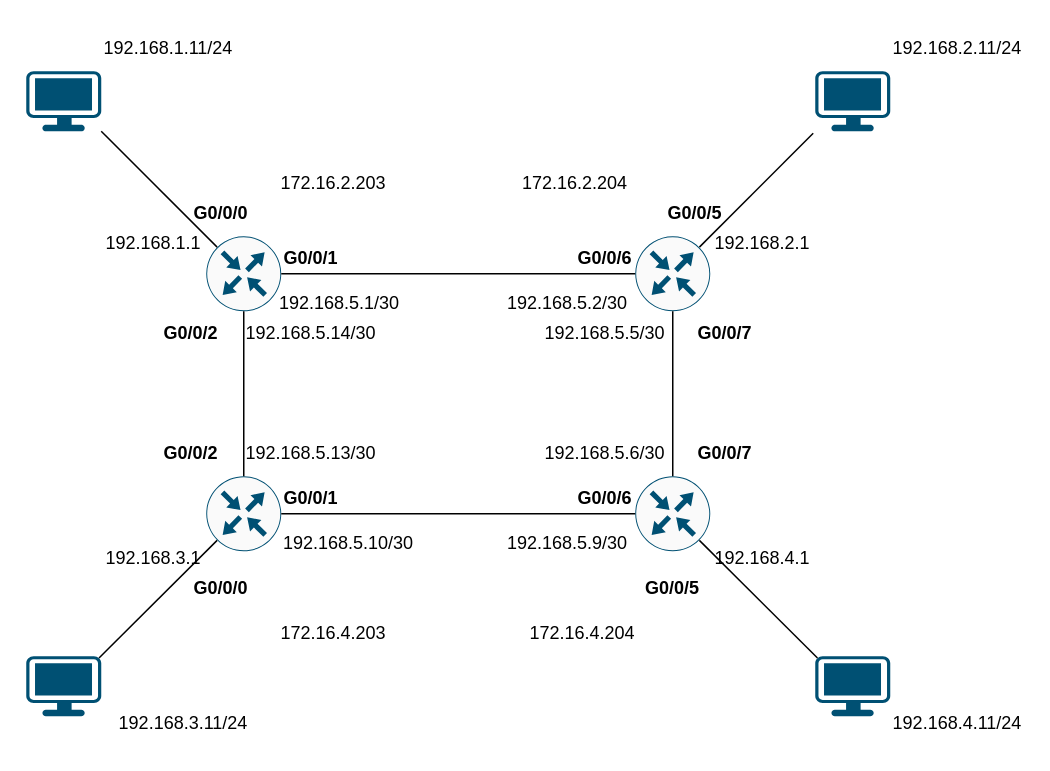
Above: Lab 3/extend/structure.drawio in UIOSN/Computer-Network (draw.io), before the change. Source tidied: cells renumbered, new cells numbered last; positions are measured from the earlier drawing's top-left corner, leaving out a move shared by most shapes. Both pictures are drawn from the tidied source at 150%, with x=0, y=0 at pixel (26, 26).
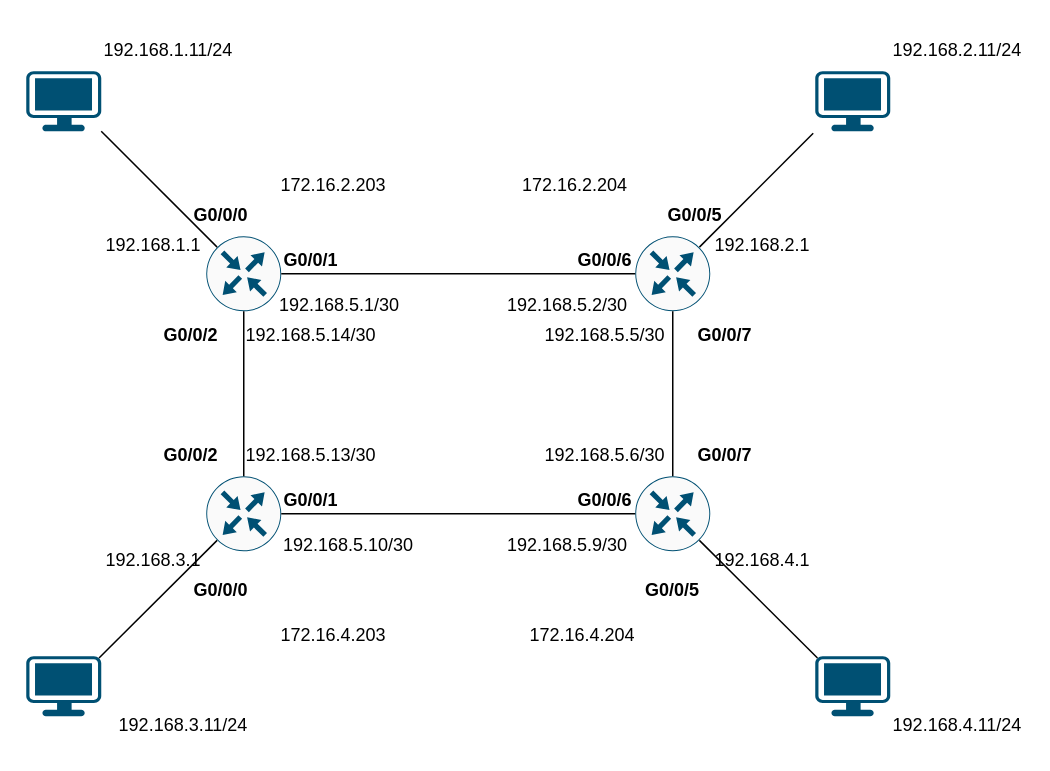
The same diagram, later.

Commit message (it also covers changes not shown here):
修改了绘图格式显示使svg能正常显示

Change to the diagram source:
```diff
@@
-    <mxCell id="2" style="sketch=0;points=[[0.5,0,0],[1,0.5,0],[0.5,1,0],[0,0.5,0],[0.145,0.145,0],[0.8555,0.145,0],[0.855,0.8555,0],[0.145,0.855,0]];verticalLabelPosition=bottom;html=1;verticalAlign=top;align=center;shape=mxgraph.cisco19.rect;prIcon=router;fillColor=#FAFAFA;strokeColor=#005073;" parent="1" vertex="1">
+    <mxCell id="2" style="sketch=0;points=[[0.5,0,0],[1,0.5,0],[0.5,1,0],[0,0.5,0],[0.145,0.145,0],[0.8555,0.145,0],[0.855,0.8555,0],[0.145,0.855,0]];verticalLabelPosition=bottom;verticalAlign=top;align=center;shape=mxgraph.cisco19.rect;prIcon=router;fillColor=#FAFAFA;strokeColor=#005073;" parent="1" vertex="1">
       <mxGeometry x="120" y="140" width="50" height="50" as="geometry" />
     </mxCell>
-    <mxCell id="3" style="sketch=0;points=[[0.5,0,0],[1,0.5,0],[0.5,1,0],[0,0.5,0],[0.145,0.145,0],[0.8555,0.145,0],[0.855,0.8555,0],[0.145,0.855,0]];verticalLabelPosition=bottom;html=1;verticalAlign=top;align=center;shape=mxgraph.cisco19.rect;prIcon=router;fillColor=#FAFAFA;strokeColor=#005073;" parent="1" vertex="1">
+    <mxCell id="3" style="sketch=0;points=[[0.5,0,0],[1,0.5,0],[0.5,1,0],[0,0.5,0],[0.145,0.145,0],[0.8555,0.145,0],[0.855,0.8555,0],[0.145,0.855,0]];verticalLabelPosition=bottom;verticalAlign=top;align=center;shape=mxgraph.cisco19.rect;prIcon=router;fillColor=#FAFAFA;strokeColor=#005073;" parent="1" vertex="1">
       <mxGeometry x="406" y="140" width="50" height="50" as="geometry" />
     </mxCell>
-    <mxCell id="4" style="sketch=0;points=[[0.5,0,0],[1,0.5,0],[0.5,1,0],[0,0.5,0],[0.145,0.145,0],[0.8555,0.145,0],[0.855,0.8555,0],[0.145,0.855,0]];verticalLabelPosition=bottom;html=1;verticalAlign=top;align=center;shape=mxgraph.cisco19.rect;prIcon=router;fillColor=#FAFAFA;strokeColor=#005073;" parent="1" vertex="1">
+    <mxCell id="4" style="sketch=0;points=[[0.5,0,0],[1,0.5,0],[0.5,1,0],[0,0.5,0],[0.145,0.145,0],[0.8555,0.145,0],[0.855,0.8555,0],[0.145,0.855,0]];verticalLabelPosition=bottom;verticalAlign=top;align=center;shape=mxgraph.cisco19.rect;prIcon=router;fillColor=#FAFAFA;strokeColor=#005073;" parent="1" vertex="1">
       <mxGeometry x="120" y="300" width="50" height="50" as="geometry" />
     </mxCell>
-    <mxCell id="5" style="sketch=0;points=[[0.5,0,0],[1,0.5,0],[0.5,1,0],[0,0.5,0],[0.145,0.145,0],[0.8555,0.145,0],[0.855,0.8555,0],[0.145,0.855,0]];verticalLabelPosition=bottom;html=1;verticalAlign=top;align=center;shape=mxgraph.cisco19.rect;prIcon=router;fillColor=#FAFAFA;strokeColor=#005073;" parent="1" vertex="1">
+    <mxCell id="5" style="sketch=0;points=[[0.5,0,0],[1,0.5,0],[0.5,1,0],[0,0.5,0],[0.145,0.145,0],[0.8555,0.145,0],[0.855,0.8555,0],[0.145,0.855,0]];verticalLabelPosition=bottom;verticalAlign=top;align=center;shape=mxgraph.cisco19.rect;prIcon=router;fillColor=#FAFAFA;strokeColor=#005073;" parent="1" vertex="1">
       <mxGeometry x="406" y="300" width="50" height="50" as="geometry" />
     </mxCell>
-    <mxCell id="6" style="points=[[0.03,0.03,0],[0.5,0,0],[0.97,0.03,0],[1,0.4,0],[0.97,0.745,0],[0.5,1,0],[0.03,0.745,0],[0,0.4,0]];verticalLabelPosition=bottom;sketch=0;html=1;verticalAlign=top;align=center;shape=mxgraph.cisco19.workstation;fillColor=#005073;strokeColor=none;" parent="1" vertex="1">
+    <mxCell id="6" style="points=[[0.03,0.03,0],[0.5,0,0],[0.97,0.03,0],[1,0.4,0],[0.97,0.745,0],[0.5,1,0],[0.03,0.745,0],[0,0.4,0]];verticalLabelPosition=bottom;sketch=0;verticalAlign=top;align=center;shape=mxgraph.cisco19.workstation;fillColor=#005073;strokeColor=none;" parent="1" vertex="1">
       <mxGeometry y="30" width="50" height="40" as="geometry" />
     </mxCell>
-    <mxCell id="7" style="points=[[0.03,0.03,0],[0.5,0,0],[0.97,0.03,0],[1,0.4,0],[0.97,0.745,0],[0.5,1,0],[0.03,0.745,0],[0,0.4,0]];verticalLabelPosition=bottom;sketch=0;html=1;verticalAlign=top;align=center;shape=mxgraph.cisco19.workstation;fillColor=#005073;strokeColor=none;" parent="1" vertex="1">
+    <mxCell id="7" style="points=[[0.03,0.03,0],[0.5,0,0],[0.97,0.03,0],[1,0.4,0],[0.97,0.745,0],[0.5,1,0],[0.03,0.745,0],[0,0.4,0]];verticalLabelPosition=bottom;sketch=0;verticalAlign=top;align=center;shape=mxgraph.cisco19.workstation;fillColor=#005073;strokeColor=none;" parent="1" vertex="1">
       <mxGeometry x="526" y="30" width="50" height="40" as="geometry" />
     </mxCell>
-    <mxCell id="8" style="points=[[0.03,0.03,0],[0.5,0,0],[0.97,0.03,0],[1,0.4,0],[0.97,0.745,0],[0.5,1,0],[0.03,0.745,0],[0,0.4,0]];verticalLabelPosition=bottom;sketch=0;html=1;verticalAlign=top;align=center;shape=mxgraph.cisco19.workstation;fillColor=#005073;strokeColor=none;" parent="1" vertex="1">
+    <mxCell id="8" style="points=[[0.03,0.03,0],[0.5,0,0],[0.97,0.03,0],[1,0.4,0],[0.97,0.745,0],[0.5,1,0],[0.03,0.745,0],[0,0.4,0]];verticalLabelPosition=bottom;sketch=0;verticalAlign=top;align=center;shape=mxgraph.cisco19.workstation;fillColor=#005073;strokeColor=none;" parent="1" vertex="1">
       <mxGeometry y="420" width="50" height="40" as="geometry" />
     </mxCell>
-    <mxCell id="9" style="points=[[0.03,0.03,0],[0.5,0,0],[0.97,0.03,0],[1,0.4,0],[0.97,0.745,0],[0.5,1,0],[0.03,0.745,0],[0,0.4,0]];verticalLabelPosition=bottom;sketch=0;html=1;verticalAlign=top;align=center;shape=mxgraph.cisco19.workstation;fillColor=#005073;strokeColor=none;" parent="1" vertex="1">
+    <mxCell id="9" style="points=[[0.03,0.03,0],[0.5,0,0],[0.97,0.03,0],[1,0.4,0],[0.97,0.745,0],[0.5,1,0],[0.03,0.745,0],[0,0.4,0]];verticalLabelPosition=bottom;sketch=0;verticalAlign=top;align=center;shape=mxgraph.cisco19.workstation;fillColor=#005073;strokeColor=none;" parent="1" vertex="1">
       <mxGeometry x="526" y="420" width="50" height="40" as="geometry" />
     </mxCell>
-    <mxCell id="10" style="endArrow=none;html=1;entryX=1;entryY=1;entryDx=0;entryDy=0;entryPerimeter=0;exitX=0.145;exitY=0.145;exitDx=0;exitDy=0;exitPerimeter=0;" parent="1" edge="1" source="2" target="6">
+    <mxCell id="10" style="endArrow=none;entryX=1;entryY=1;entryDx=0;entryDy=0;entryPerimeter=0;exitX=0.145;exitY=0.145;exitDx=0;exitDy=0;exitPerimeter=0;" parent="1" edge="1" source="2" target="6">
       <mxGeometry relative="1" as="geometry" />
     </mxCell>
-    <mxCell id="11" style="endArrow=none;html=1;entryX=-0.027;entryY=1.033;entryDx=0;entryDy=0;entryPerimeter=0;exitX=0.8555;exitY=0.145;exitDx=0;exitDy=0;exitPerimeter=0;" parent="1" edge="1" source="3" target="7">
+    <mxCell id="11" style="endArrow=none;entryX=-0.027;entryY=1.033;entryDx=0;entryDy=0;entryPerimeter=0;exitX=0.8555;exitY=0.145;exitDx=0;exitDy=0;exitPerimeter=0;" parent="1" edge="1" source="3" target="7">
       <mxGeometry relative="1" as="geometry" />
     </mxCell>
-    <mxCell id="12" style="endArrow=none;html=1;entryX=0.03;entryY=0.03;entryDx=0;entryDy=0;entryPerimeter=0;exitX=0.855;exitY=0.8555;exitDx=0;exitDy=0;exitPerimeter=0;" parent="1" edge="1" source="5" target="9">
+    <mxCell id="12" style="endArrow=none;entryX=0.03;entryY=0.03;entryDx=0;entryDy=0;entryPerimeter=0;exitX=0.855;exitY=0.8555;exitDx=0;exitDy=0;exitPerimeter=0;" parent="1" edge="1" source="5" target="9">
       <mxGeometry relative="1" as="geometry" />
     </mxCell>
-    <mxCell id="13" style="endArrow=none;html=1;entryX=0.97;entryY=0.03;entryDx=0;entryDy=0;entryPerimeter=0;exitX=0.145;exitY=0.855;exitDx=0;exitDy=0;exitPerimeter=0;" parent="1" edge="1" source="4" target="8">
+    <mxCell id="13" style="endArrow=none;entryX=0.97;entryY=0.03;entryDx=0;entryDy=0;entryPerimeter=0;exitX=0.145;exitY=0.855;exitDx=0;exitDy=0;exitPerimeter=0;" parent="1" edge="1" source="4" target="8">
       <mxGeometry relative="1" as="geometry" />
     </mxCell>
-    <mxCell id="14" style="endArrow=none;html=1;entryX=0;entryY=0.5;entryDx=0;entryDy=0;entryPerimeter=0;exitX=1;exitY=0.5;exitDx=0;exitDy=0;exitPerimeter=0;" parent="1" edge="1" source="2" target="3">
+    <mxCell id="14" style="endArrow=none;entryX=0;entryY=0.5;entryDx=0;entryDy=0;entryPerimeter=0;exitX=1;exitY=0.5;exitDx=0;exitDy=0;exitPerimeter=0;" parent="1" edge="1" source="2" target="3">
       <mxGeometry relative="1" as="geometry" />
     </mxCell>
-    <mxCell id="15" style="endArrow=none;html=1;exitX=0.5;exitY=0;exitDx=0;exitDy=0;exitPerimeter=0;entryX=0.5;entryY=1;entryDx=0;entryDy=0;entryPerimeter=0;" parent="1" edge="1" source="4" target="2">
+    <mxCell id="15" style="endArrow=none;exitX=0.5;exitY=0;exitDx=0;exitDy=0;exitPerimeter=0;entryX=0.5;entryY=1;entryDx=0;entryDy=0;entryPerimeter=0;" parent="1" edge="1" source="4" target="2">
       <mxGeometry relative="1" as="geometry" />
     </mxCell>
-    <mxCell id="16" style="endArrow=none;html=1;exitX=0.5;exitY=0;exitDx=0;exitDy=0;exitPerimeter=0;entryX=0.5;entryY=1;entryDx=0;entryDy=0;entryPerimeter=0;" parent="1" edge="1" source="5" target="3">
+    <mxCell id="16" style="endArrow=none;exitX=0.5;exitY=0;exitDx=0;exitDy=0;exitPerimeter=0;entryX=0.5;entryY=1;entryDx=0;entryDy=0;entryPerimeter=0;" parent="1" edge="1" source="5" target="3">
       <mxGeometry relative="1" as="geometry" />
     </mxCell>
-    <mxCell id="17" style="endArrow=none;html=1;exitX=0;exitY=0.5;exitDx=0;exitDy=0;exitPerimeter=0;entryX=1;entryY=0.5;entryDx=0;entryDy=0;entryPerimeter=0;" parent="1" edge="1" source="5" target="4">
+    <mxCell id="17" style="endArrow=none;exitX=0;exitY=0.5;exitDx=0;exitDy=0;exitPerimeter=0;entryX=1;entryY=0.5;entryDx=0;entryDy=0;entryPerimeter=0;" parent="1" edge="1" source="5" target="4">
       <mxGeometry relative="1" as="geometry" />
     </mxCell>
-    <mxCell id="18" value="192.168.1.11/24" style="text;html=1;align=center;verticalAlign=middle;whiteSpace=wrap;rounded=0;" parent="1" vertex="1">
+    <mxCell id="18" value="192.168.1.11/24" style="text;align=center;verticalAlign=middle;rounded=0;" parent="1" vertex="1">
       <mxGeometry x="50" width="90" height="30" as="geometry" />
     </mxCell>
-    <mxCell id="19" value="192.168.2.11/24" style="text;html=1;align=center;verticalAlign=middle;whiteSpace=wrap;rounded=0;" parent="1" vertex="1">
+    <mxCell id="19" value="192.168.2.11/24" style="text;align=center;verticalAlign=middle;rounded=0;" parent="1" vertex="1">
       <mxGeometry x="576" width="90" height="30" as="geometry" />
     </mxCell>
-    <mxCell id="20" value="192.168.3.11/24" style="text;html=1;align=center;verticalAlign=middle;whiteSpace=wrap;rounded=0;" parent="1" vertex="1">
+    <mxCell id="20" value="192.168.3.11/24" style="text;align=center;verticalAlign=middle;rounded=0;" parent="1" vertex="1">
       <mxGeometry x="60" y="450" width="90" height="30" as="geometry" />
     </mxCell>
-    <mxCell id="21" value="192.168.4.11/24" style="text;html=1;align=center;verticalAlign=middle;whiteSpace=wrap;rounded=0;" parent="1" vertex="1">
+    <mxCell id="21" value="192.168.4.11/24" style="text;align=center;verticalAlign=middle;rounded=0;" parent="1" vertex="1">
       <mxGeometry x="576" y="450" width="90" height="30" as="geometry" />
     </mxCell>
-    <mxCell id="22" value="192.168.1.1" style="text;html=1;align=center;verticalAlign=middle;whiteSpace=wrap;rounded=0;" parent="1" vertex="1">
+    <mxCell id="22" value="192.168.1.1" style="text;align=center;verticalAlign=middle;rounded=0;" parent="1" vertex="1">
       <mxGeometry x="50" y="130" width="70" height="30" as="geometry" />
     </mxCell>
-    <mxCell id="23" value="192.168.2.1" style="text;html=1;align=center;verticalAlign=middle;whiteSpace=wrap;rounded=0;" parent="1" vertex="1">
+    <mxCell id="23" value="192.168.2.1" style="text;align=center;verticalAlign=middle;rounded=0;" parent="1" vertex="1">
       <mxGeometry x="456" y="130" width="70" height="30" as="geometry" />
     </mxCell>
-    <mxCell id="24" value="192.168.3.1" style="text;html=1;align=center;verticalAlign=middle;whiteSpace=wrap;rounded=0;" parent="1" vertex="1">
+    <mxCell id="24" value="192.168.3.1" style="text;align=center;verticalAlign=middle;rounded=0;" parent="1" vertex="1">
       <mxGeometry x="50" y="340" width="70" height="30" as="geometry" />
     </mxCell>
-    <mxCell id="25" value="192.168.4.1" style="text;html=1;align=center;verticalAlign=middle;whiteSpace=wrap;rounded=0;" parent="1" vertex="1">
+    <mxCell id="25" value="192.168.4.1" style="text;align=center;verticalAlign=middle;rounded=0;" parent="1" vertex="1">
       <mxGeometry x="456" y="340" width="70" height="30" as="geometry" />
     </mxCell>
-    <mxCell id="26" value="&lt;b&gt;G0/0/0&lt;/b&gt;" style="text;html=1;align=center;verticalAlign=middle;whiteSpace=wrap;rounded=0;" parent="1" vertex="1">
+    <mxCell id="26" value="G0/0/0" style="text;align=center;verticalAlign=middle;rounded=0;fontStyle=1;" parent="1" vertex="1">
       <mxGeometry x="100" y="110" width="60" height="30" as="geometry" />
     </mxCell>
-    <mxCell id="27" value="&lt;b&gt;G0/0/0&lt;/b&gt;" style="text;html=1;align=center;verticalAlign=middle;whiteSpace=wrap;rounded=0;" parent="1" vertex="1">
+    <mxCell id="27" value="G0/0/0" style="text;align=center;verticalAlign=middle;rounded=0;fontStyle=1;" parent="1" vertex="1">
       <mxGeometry x="100" y="360" width="60" height="30" as="geometry" />
     </mxCell>
-    <mxCell id="28" value="&lt;b&gt;G0/0/5&lt;/b&gt;" style="text;html=1;align=center;verticalAlign=middle;whiteSpace=wrap;rounded=0;" parent="1" vertex="1">
+    <mxCell id="28" value="G0/0/5" style="text;align=center;verticalAlign=middle;rounded=0;fontStyle=1;" parent="1" vertex="1">
       <mxGeometry x="416" y="110" width="60" height="30" as="geometry" />
     </mxCell>
-    <mxCell id="29" value="&lt;b&gt;G0/0/5&lt;/b&gt;" style="text;html=1;align=center;verticalAlign=middle;whiteSpace=wrap;rounded=0;" parent="1" vertex="1">
+    <mxCell id="29" value="G0/0/5" style="text;align=center;verticalAlign=middle;rounded=0;fontStyle=1;" parent="1" vertex="1">
       <mxGeometry x="401" y="360" width="60" height="30" as="geometry" />
     </mxCell>
-    <mxCell id="30" value="&lt;b&gt;G0/0/1&lt;/b&gt;" style="text;html=1;align=center;verticalAlign=middle;whiteSpace=wrap;rounded=0;" parent="1" vertex="1">
+    <mxCell id="30" value="G0/0/1" style="text;align=center;verticalAlign=middle;rounded=0;fontStyle=1;" parent="1" vertex="1">
       <mxGeometry x="160" y="140" width="60" height="30" as="geometry" />
     </mxCell>
-    <mxCell id="31" value="&lt;b&gt;G0/0/2&lt;/b&gt;" style="text;html=1;align=center;verticalAlign=middle;whiteSpace=wrap;rounded=0;" parent="1" vertex="1">
+    <mxCell id="31" value="G0/0/2" style="text;align=center;verticalAlign=middle;rounded=0;fontStyle=1;" parent="1" vertex="1">
       <mxGeometry x="80" y="190" width="60" height="30" as="geometry" />
     </mxCell>
-    <mxCell id="32" value="&lt;b&gt;G0/0/1&lt;/b&gt;" style="text;html=1;align=center;verticalAlign=middle;whiteSpace=wrap;rounded=0;" parent="1" vertex="1">
+    <mxCell id="32" value="G0/0/1" style="text;align=center;verticalAlign=middle;rounded=0;fontStyle=1;" parent="1" vertex="1">
       <mxGeometry x="160" y="300" width="60" height="30" as="geometry" />
     </mxCell>
-    <mxCell id="33" value="&lt;b&gt;G0/0/2&lt;/b&gt;" style="text;html=1;align=center;verticalAlign=middle;whiteSpace=wrap;rounded=0;" parent="1" vertex="1">
+    <mxCell id="33" value="G0/0/2" style="text;align=center;verticalAlign=middle;rounded=0;fontStyle=1;" parent="1" vertex="1">
       <mxGeometry x="80" y="270" width="60" height="30" as="geometry" />
     </mxCell>
-    <mxCell id="34" value="&lt;b&gt;G0/0/6&lt;/b&gt;" style="text;html=1;align=center;verticalAlign=middle;whiteSpace=wrap;rounded=0;" parent="1" vertex="1">
+    <mxCell id="34" value="G0/0/6" style="text;align=center;verticalAlign=middle;rounded=0;fontStyle=1;" parent="1" vertex="1">
       <mxGeometry x="356" y="140" width="60" height="30" as="geometry" />
     </mxCell>
-    <mxCell id="35" value="&lt;b&gt;G0/0/7&lt;/b&gt;" style="text;html=1;align=center;verticalAlign=middle;whiteSpace=wrap;rounded=0;" parent="1" vertex="1">
+    <mxCell id="35" value="G0/0/7" style="text;align=center;verticalAlign=middle;rounded=0;fontStyle=1;" parent="1" vertex="1">
       <mxGeometry x="436" y="190" width="60" height="30" as="geometry" />
     </mxCell>
-    <mxCell id="36" value="&lt;b&gt;G0/0/7&lt;/b&gt;" style="text;html=1;align=center;verticalAlign=middle;whiteSpace=wrap;rounded=0;" parent="1" vertex="1">
+    <mxCell id="36" value="G0/0/7" style="text;align=center;verticalAlign=middle;rounded=0;fontStyle=1;" parent="1" vertex="1">
       <mxGeometry x="436" y="270" width="60" height="30" as="geometry" />
     </mxCell>
-    <mxCell id="37" value="&lt;b&gt;G0/0/6&lt;/b&gt;" style="text;html=1;align=center;verticalAlign=middle;whiteSpace=wrap;rounded=0;" parent="1" vertex="1">
+    <mxCell id="37" value="G0/0/6" style="text;align=center;verticalAlign=middle;rounded=0;fontStyle=1;" parent="1" vertex="1">
       <mxGeometry x="356" y="300" width="60" height="30" as="geometry" />
     </mxCell>
-    <mxCell id="38" value="192.168.5.1/30" style="text;html=1;align=center;verticalAlign=middle;whiteSpace=wrap;rounded=0;" parent="1" vertex="1">
+    <mxCell id="38" value="192.168.5.1/30" style="text;align=center;verticalAlign=middle;rounded=0;" parent="1" vertex="1">
       <mxGeometry x="164" y="170" width="90" height="30" as="geometry" />
     </mxCell>
-    <mxCell id="39" value="192.168.5.2/30" style="text;html=1;align=center;verticalAlign=middle;whiteSpace=wrap;rounded=0;" parent="1" vertex="1">
+    <mxCell id="39" value="192.168.5.2/30" style="text;align=center;verticalAlign=middle;rounded=0;" parent="1" vertex="1">
       <mxGeometry x="316" y="170" width="90" height="30" as="geometry" />
     </mxCell>
-    <mxCell id="40" value="192.168.5.5/30" style="text;html=1;align=center;verticalAlign=middle;whiteSpace=wrap;rounded=0;" parent="1" vertex="1">
+    <mxCell id="40" value="192.168.5.5/30" style="text;align=center;verticalAlign=middle;rounded=0;" parent="1" vertex="1">
       <mxGeometry x="341" y="190" width="90" height="30" as="geometry" />
     </mxCell>
-    <mxCell id="41" value="192.168.5.6/30" style="text;html=1;align=center;verticalAlign=middle;whiteSpace=wrap;rounded=0;" parent="1" vertex="1">
+    <mxCell id="41" value="192.168.5.6/30" style="text;align=center;verticalAlign=middle;rounded=0;" parent="1" vertex="1">
       <mxGeometry x="341" y="270" width="90" height="30" as="geometry" />
     </mxCell>
-    <mxCell id="42" value="192.168.5.9/30" style="text;html=1;align=center;verticalAlign=middle;whiteSpace=wrap;rounded=0;" parent="1" vertex="1">
+    <mxCell id="42" value="192.168.5.9/30" style="text;align=center;verticalAlign=middle;rounded=0;" parent="1" vertex="1">
       <mxGeometry x="316" y="330" width="90" height="30" as="geometry" />
     </mxCell>
-    <mxCell id="43" value="192.168.5.10/30" style="text;html=1;align=center;verticalAlign=middle;whiteSpace=wrap;rounded=0;" parent="1" vertex="1">
+    <mxCell id="43" value="192.168.5.10/30" style="text;align=center;verticalAlign=middle;rounded=0;" parent="1" vertex="1">
       <mxGeometry x="170" y="330" width="90" height="30" as="geometry" />
     </mxCell>
-    <mxCell id="44" value="192.168.5.13/30" style="text;html=1;align=center;verticalAlign=middle;whiteSpace=wrap;rounded=0;" parent="1" vertex="1">
+    <mxCell id="44" value="192.168.5.13/30" style="text;align=center;verticalAlign=middle;rounded=0;" parent="1" vertex="1">
       <mxGeometry x="145" y="270" width="90" height="30" as="geometry" />
     </mxCell>
-    <mxCell id="45" value="192.168.5.14/30" style="text;html=1;align=center;verticalAlign=middle;whiteSpace=wrap;rounded=0;" parent="1" vertex="1">
+    <mxCell id="45" value="192.168.5.14/30" style="text;align=center;verticalAlign=middle;rounded=0;" parent="1" vertex="1">
       <mxGeometry x="145" y="190" width="90" height="30" as="geometry" />
     </mxCell>
-    <mxCell id="46" value="172.16.2.203" style="text;html=1;align=center;verticalAlign=middle;whiteSpace=wrap;rounded=0;" parent="1" vertex="1">
+    <mxCell id="46" value="172.16.2.203" style="text;align=center;verticalAlign=middle;rounded=0;" parent="1" vertex="1">
       <mxGeometry x="170" y="90" width="70" height="30" as="geometry" />
     </mxCell>
-    <mxCell id="47" value="172.16.2.204" style="text;html=1;align=center;verticalAlign=middle;whiteSpace=wrap;rounded=0;" parent="1" vertex="1">
+    <mxCell id="47" value="172.16.2.204" style="text;align=center;verticalAlign=middle;rounded=0;" parent="1" vertex="1">
       <mxGeometry x="331" y="90" width="70" height="30" as="geometry" />
     </mxCell>
-    <mxCell id="48" value="172.16.4.204" style="text;html=1;align=center;verticalAlign=middle;whiteSpace=wrap;rounded=0;" parent="1" vertex="1">
+    <mxCell id="48" value="172.16.4.204" style="text;align=center;verticalAlign=middle;rounded=0;" parent="1" vertex="1">
       <mxGeometry x="336" y="390" width="70" height="30" as="geometry" />
     </mxCell>
-    <mxCell id="49" value="172.16.4.203" style="text;html=1;align=center;verticalAlign=middle;whiteSpace=wrap;rounded=0;" parent="1" vertex="1">
+    <mxCell id="49" value="172.16.4.203" style="text;align=center;verticalAlign=middle;rounded=0;" parent="1" vertex="1">
       <mxGeometry x="170" y="390" width="70" height="30" as="geometry" />
     </mxCell>
```
